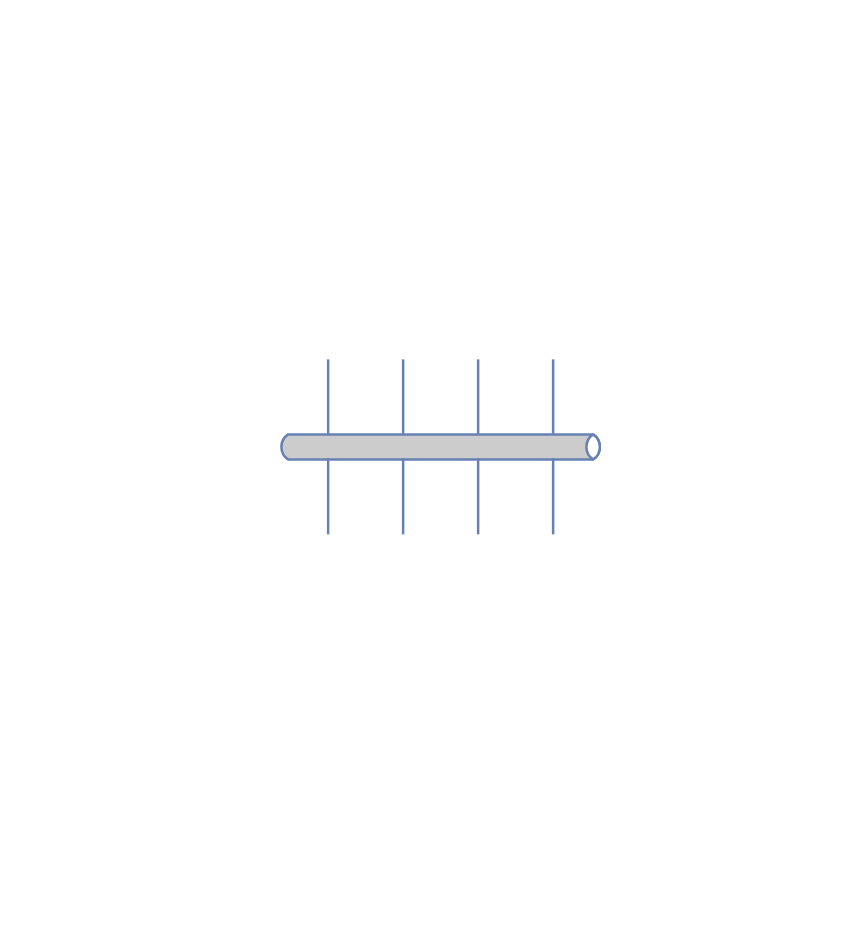
This is schema/wifi.drawio from CrazyKarpet/we-fist, a draw.io file, before an edit. Source tidied: cells renumbered, new cells numbered last; positions are measured from the earlier drawing's top-left corner, leaving out a move shared by most shapes. Both pictures are drawn from the tidied source at 125%, with x=0, y=0 at pixel (278, 359).
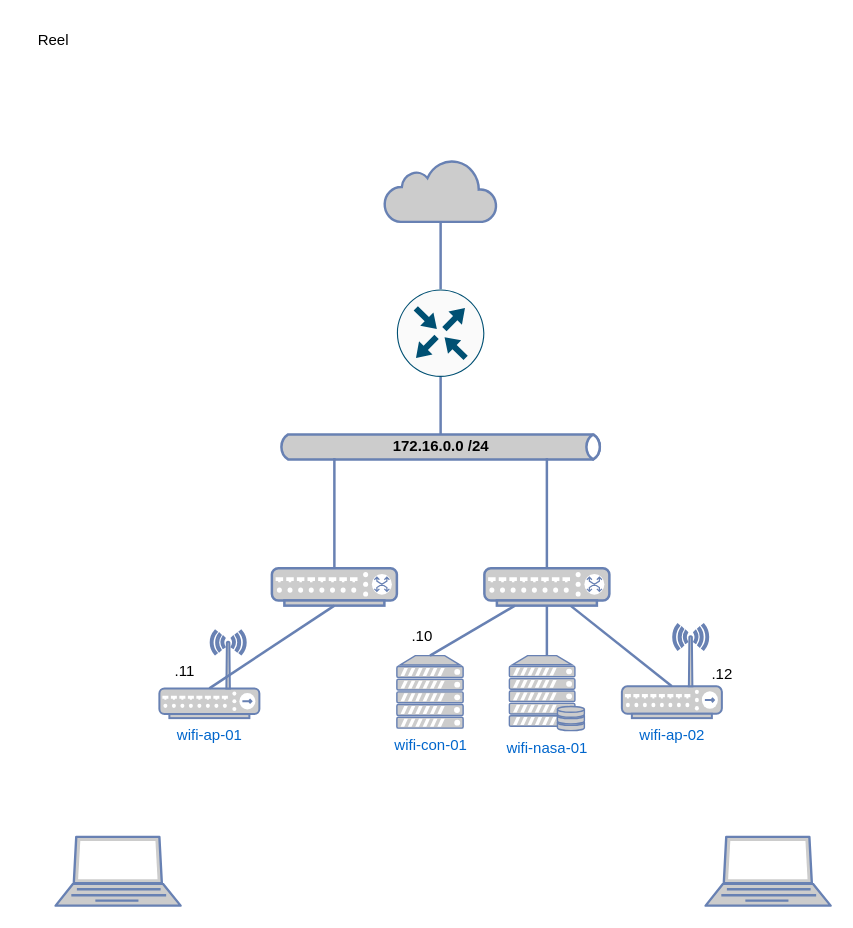
The same diagram, later.

Diff of the diagram source:
```diff
@@
-    <mxCell id="2" style="html=1;fillColor=#CCCCCC;strokeColor=#6881B3;gradientColor=none;gradientDirection=north;strokeWidth=2;shape=mxgraph.networks.bus;gradientColor=none;gradientDirection=north;fontColor=#ffffff;perimeter=backbonePerimeter;backboneSize=20;" parent="1" vertex="1">
+    <mxCell id="2" value="&lt;font color=&quot;#000000&quot;&gt;&lt;b&gt;172.16.0.0 /24&lt;/b&gt;&lt;/font&gt;" style="html=1;fillColor=#CCCCCC;strokeColor=#6881B3;gradientColor=none;gradientDirection=north;strokeWidth=2;shape=mxgraph.networks.bus;gradientColor=none;gradientDirection=north;fontColor=#ffffff;perimeter=backbonePerimeter;backboneSize=20;" parent="1" vertex="1">
       <mxGeometry y="60" width="260" height="20" as="geometry" />
     </mxCell>
-    <mxCell id="3" style="strokeColor=#6881B3;edgeStyle=none;rounded=0;endArrow=none;html=1;strokeWidth=2;" parent="1" edge="1" target="2">
-      <mxGeometry relative="1" as="geometry">
-        <mxPoint x="40" as="sourcePoint" />
-      </mxGeometry>
+    <mxCell id="3" style="strokeColor=#6881B3;edgeStyle=none;rounded=0;endArrow=none;html=1;strokeWidth=2;" parent="1" edge="1" source="17" target="2">
+      <mxGeometry relative="1" as="geometry" />
     </mxCell>
-    <mxCell id="4" style="strokeColor=#6881B3;edgeStyle=none;rounded=0;endArrow=none;html=1;strokeWidth=2;" parent="1" edge="1" target="2">
-      <mxGeometry relative="1" as="geometry">
-        <mxPoint x="100" as="sourcePoint" />
-      </mxGeometry>
+    <mxCell id="4" style="strokeColor=#6881B3;edgeStyle=none;rounded=0;endArrow=none;html=1;strokeWidth=2;" parent="1" edge="1" source="20" target="2">
+      <mxGeometry relative="1" as="geometry" />
     </mxCell>
-    <mxCell id="5" style="strokeColor=#6881B3;edgeStyle=none;rounded=0;endArrow=none;html=1;strokeWidth=2;" parent="1" edge="1" target="2">
-      <mxGeometry relative="1" as="geometry">
-        <mxPoint x="160" as="sourcePoint" />
-      </mxGeometry>
-    </mxCell>
-    <mxCell id="6" style="strokeColor=#6881B3;edgeStyle=none;rounded=0;endArrow=none;html=1;strokeWidth=2;" parent="1" edge="1" target="2">
-      <mxGeometry relative="1" as="geometry">
-        <mxPoint x="220" as="sourcePoint" />
-      </mxGeometry>
-    </mxCell>
-    <mxCell id="7" style="strokeColor=#6881B3;edgeStyle=none;rounded=0;endArrow=none;html=1;strokeWidth=2;" parent="1" edge="1" target="2">
-      <mxGeometry relative="1" as="geometry">
-        <mxPoint x="40" y="140" as="sourcePoint" />
-      </mxGeometry>
+    <mxCell id="7" style="strokeColor=#6881B3;edgeStyle=none;rounded=0;endArrow=none;html=1;strokeWidth=2;" parent="1" edge="1" source="17" target="16">
+      <mxGeometry relative="1" as="geometry" />
     </mxCell>
-    <mxCell id="8" style="strokeColor=#6881B3;edgeStyle=none;rounded=0;endArrow=none;html=1;strokeWidth=2;" parent="1" edge="1" target="2">
-      <mxGeometry relative="1" as="geometry">
-        <mxPoint x="100" y="140" as="sourcePoint" />
-      </mxGeometry>
+    <mxCell id="8" style="strokeColor=#6881B3;edgeStyle=none;rounded=0;endArrow=none;html=1;strokeWidth=2;" parent="1" edge="1" source="19" target="2">
+      <mxGeometry relative="1" as="geometry" />
     </mxCell>
-    <mxCell id="9" style="strokeColor=#6881B3;edgeStyle=none;rounded=0;endArrow=none;html=1;strokeWidth=2;" parent="1" edge="1" target="2">
-      <mxGeometry relative="1" as="geometry">
-        <mxPoint x="160" y="140" as="sourcePoint" />
-      </mxGeometry>
-    </mxCell>
-    <mxCell id="10" style="strokeColor=#6881B3;edgeStyle=none;rounded=0;endArrow=none;html=1;strokeWidth=2;" parent="1" edge="1" target="2">
-      <mxGeometry relative="1" as="geometry">
-        <mxPoint x="220" y="140" as="sourcePoint" />
-      </mxGeometry>
-    </mxCell>
+    <mxCell id="11" value="wifi-ap-01" style="fontColor=#0066CC;verticalAlign=top;verticalLabelPosition=bottom;labelPosition=center;align=center;html=1;outlineConnect=0;fillColor=#CCCCCC;strokeColor=#6881B3;gradientColor=none;gradientDirection=north;strokeWidth=2;shape=mxgraph.networks.wireless_hub;points=[[0,0.7,0,0,0],[0.02,0.94,0,0,0],[0.5,0.66,0,0,0],[0.5,1,0,0,0],[0.55,0,0,0,0],[0.82,0,0,0,0],[0.98,0.94,0,0,0],[1,0.7,0,0,0]];" parent="1" vertex="1">
+      <mxGeometry x="-95" y="217" width="80" height="70" as="geometry" />
+    </mxCell>
+    <mxCell id="12" value="wifi-nasa-01" style="fontColor=#0066CC;verticalAlign=top;verticalLabelPosition=bottom;labelPosition=center;align=center;html=1;outlineConnect=0;fillColor=#CCCCCC;strokeColor=#6881B3;gradientColor=none;gradientDirection=north;strokeWidth=2;shape=mxgraph.networks.server_storage;" parent="1" vertex="1">
+      <mxGeometry x="185" y="237" width="60" height="60" as="geometry" />
+    </mxCell>
+    <mxCell id="13" style="fontColor=#0066CC;verticalAlign=top;verticalLabelPosition=bottom;labelPosition=center;align=center;html=1;fillColor=#CCCCCC;strokeColor=#6881B3;gradientColor=none;gradientDirection=north;strokeWidth=2;shape=mxgraph.networks.laptop;" parent="1" vertex="1">
+      <mxGeometry x="-178" y="382" width="100" height="55" as="geometry" />
+    </mxCell>
+    <mxCell id="14" style="fontColor=#0066CC;verticalAlign=top;verticalLabelPosition=bottom;labelPosition=center;align=center;html=1;fillColor=#CCCCCC;strokeColor=#6881B3;gradientColor=none;gradientDirection=north;strokeWidth=2;shape=mxgraph.networks.laptop;" parent="1" vertex="1">
+      <mxGeometry x="342" y="382" width="100" height="55" as="geometry" />
+    </mxCell>
+    <mxCell id="15" value="wifi-con-01" style="fontColor=#0066CC;verticalAlign=top;verticalLabelPosition=bottom;labelPosition=center;align=center;html=1;outlineConnect=0;fillColor=#CCCCCC;strokeColor=#6881B3;gradientColor=none;gradientDirection=north;strokeWidth=2;shape=mxgraph.networks.server;" parent="1" vertex="1">
+      <mxGeometry x="95" y="237" width="53" height="58" as="geometry" />
+    </mxCell>
+    <mxCell id="16" style="html=1;outlineConnect=0;fillColor=#CCCCCC;strokeColor=#6881B3;gradientColor=none;gradientDirection=north;strokeWidth=2;shape=mxgraph.networks.cloud;fontColor=#ffffff;" parent="1" vertex="1">
+      <mxGeometry x="85" y="-160" width="90" height="50" as="geometry" />
+    </mxCell>
+    <mxCell id="17" style="sketch=0;points=[[0.5,0,0],[1,0.5,0],[0.5,1,0],[0,0.5,0],[0.145,0.145,0],[0.8555,0.145,0],[0.855,0.8555,0],[0.145,0.855,0]];verticalLabelPosition=bottom;html=1;verticalAlign=top;align=center;shape=mxgraph.cisco19.rect;prIcon=router;fillColor=#FAFAFA;strokeColor=#005073;" parent="1" vertex="1">
+      <mxGeometry x="95" y="-56" width="70" height="70" as="geometry" />
+    </mxCell>
+    <mxCell id="18" value="Reel" style="text;html=1;align=center;verticalAlign=middle;strokeColor=none;fillColor=none;" parent="1" vertex="1">
+      <mxGeometry x="-205" y="-270" width="50" height="30" as="geometry" />
+    </mxCell>
+    <mxCell id="19" style="fontColor=#0066CC;verticalAlign=top;verticalLabelPosition=bottom;labelPosition=center;align=center;html=1;outlineConnect=0;fillColor=#CCCCCC;strokeColor=#6881B3;gradientColor=none;gradientDirection=north;strokeWidth=2;shape=mxgraph.networks.switch;" parent="1" vertex="1">
+      <mxGeometry x="-5" y="167" width="100" height="30" as="geometry" />
+    </mxCell>
+    <mxCell id="20" style="fontColor=#0066CC;verticalAlign=top;verticalLabelPosition=bottom;labelPosition=center;align=center;html=1;outlineConnect=0;fillColor=#CCCCCC;strokeColor=#6881B3;gradientColor=none;gradientDirection=north;strokeWidth=2;shape=mxgraph.networks.switch;" parent="1" vertex="1">
+      <mxGeometry x="165" y="167" width="100" height="30" as="geometry" />
+    </mxCell>
+    <mxCell id="21" style="strokeColor=#6881B3;edgeStyle=none;rounded=0;endArrow=none;html=1;strokeWidth=2;entryX=0.5;entryY=0;entryDx=0;entryDy=0;entryPerimeter=0;" parent="1" edge="1" source="20" target="15">
+      <mxGeometry relative="1" as="geometry" />
+    </mxCell>
+    <mxCell id="22" style="strokeColor=#6881B3;edgeStyle=none;rounded=0;endArrow=none;html=1;strokeWidth=2;entryX=0.5;entryY=1;entryDx=0;entryDy=0;entryPerimeter=0;" parent="1" edge="1" source="12" target="20">
+      <mxGeometry relative="1" as="geometry" />
+    </mxCell>
+    <mxCell id="23" style="strokeColor=#6881B3;edgeStyle=none;rounded=0;endArrow=none;html=1;strokeWidth=2;exitX=0.5;exitY=0.66;exitDx=0;exitDy=0;exitPerimeter=0;entryX=0.5;entryY=1;entryDx=0;entryDy=0;entryPerimeter=0;" parent="1" edge="1" source="11" target="19">
+      <mxGeometry relative="1" as="geometry" />
+    </mxCell>
+    <mxCell id="24" value="wifi-ap-02" style="fontColor=#0066CC;verticalAlign=top;verticalLabelPosition=bottom;labelPosition=center;align=center;html=1;outlineConnect=0;fillColor=#CCCCCC;strokeColor=#6881B3;gradientColor=none;gradientDirection=north;strokeWidth=2;shape=mxgraph.networks.wireless_hub;points=[[0,0.7,0,0,0],[0.02,0.94,0,0,0],[0.5,0.66,0,0,0],[0.5,1,0,0,0],[0.55,0,0,0,0],[0.82,0,0,0,0],[0.98,0.94,0,0,0],[1,0.7,0,0,0]];" parent="1" vertex="1">
+      <mxGeometry x="275" y="212" width="80" height="75" as="geometry" />
+    </mxCell>
+    <mxCell id="25" style="strokeColor=#6881B3;edgeStyle=none;rounded=0;endArrow=none;html=1;strokeWidth=2;exitX=0.5;exitY=0.66;exitDx=0;exitDy=0;exitPerimeter=0;" parent="1" edge="1" source="24" target="20">
+      <mxGeometry relative="1" as="geometry" />
+    </mxCell>
+    <mxCell id="26" value=".10" style="text;html=1;align=center;verticalAlign=middle;strokeColor=none;fillColor=none;" parent="1" vertex="1">
+      <mxGeometry x="95" y="207" width="40" height="30" as="geometry" />
+    </mxCell>
+    <mxCell id="27" value=".11" style="text;html=1;align=center;verticalAlign=middle;strokeColor=none;fillColor=none;" parent="1" vertex="1">
+      <mxGeometry x="-95" y="234.5" width="40" height="30" as="geometry" />
+    </mxCell>
+    <mxCell id="28" value=".12" style="text;html=1;align=center;verticalAlign=middle;strokeColor=none;fillColor=none;" parent="1" vertex="1">
+      <mxGeometry x="335" y="237" width="40" height="30" as="geometry" />
+    </mxCell>
```
